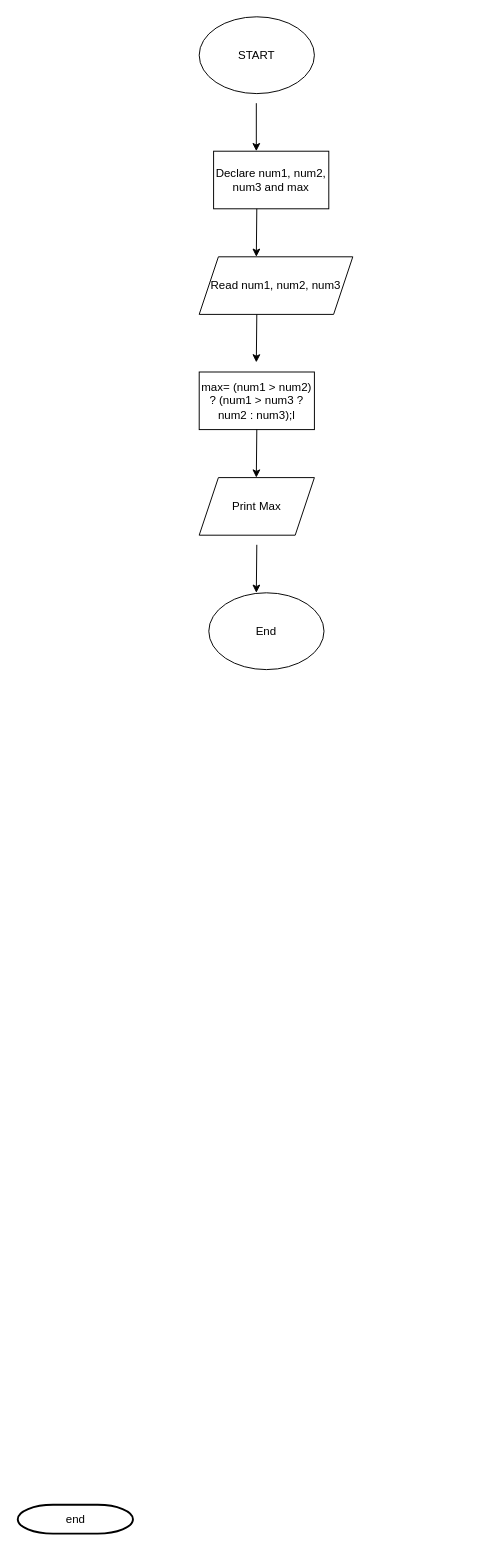
elchilee/Solving-Africa-s-Power-Problem keeps this draw.io diagram as Untitled Diagram.drawio. Above is the earlier version. Source tidied: cells renumbered, new cells numbered last; positions are measured from the earlier drawing's top-left corner, leaving out a move shared by most shapes. Both pictures are drawn from the tidied source at 96%, with x=0, y=0 at pixel (17, 16).
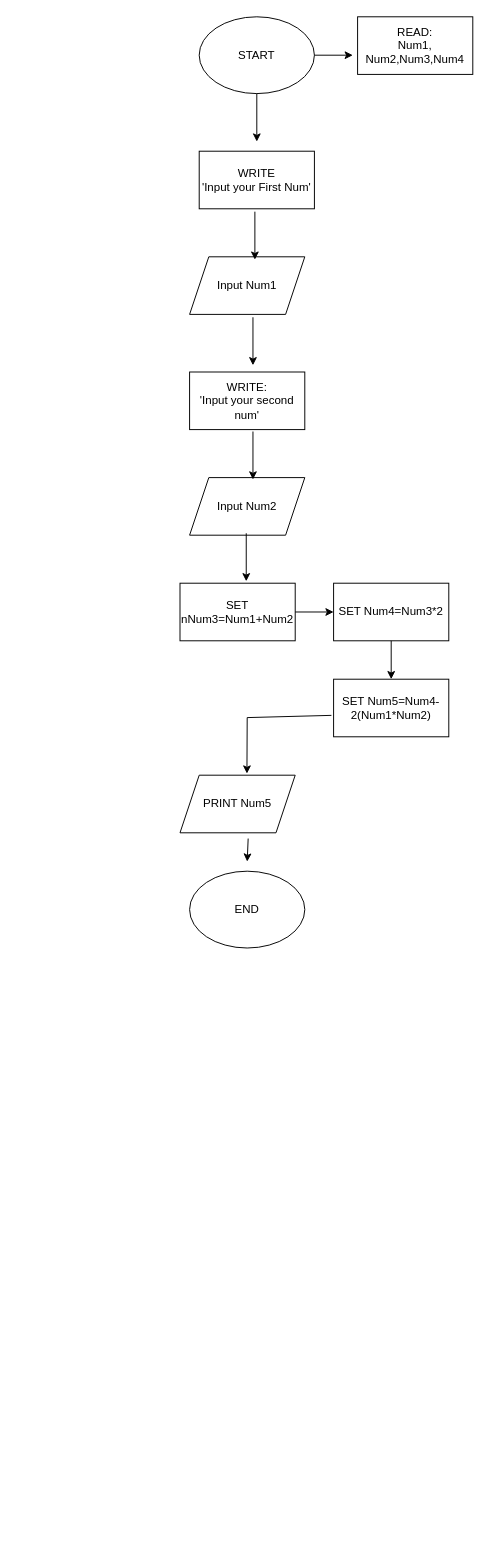
The same page after the edit.

Commit message:
To develop an algorithm  calculate the sum of squares of given input of numbers

Unchanged cells that the change refers to:
```xml
<mxCell id="3" value="START" style="ellipse;whiteSpace=wrap;html=1;" parent="1" vertex="1">
  <mxGeometry x="189" width="120" height="80" as="geometry" />
</mxCell>
```

What changed in the source:
```diff
@@
-    <mxCell id="2" value="end" style="shape=mxgraph.flowchart.terminator;strokeWidth=2;gradientColor=none;gradientDirection=north;fontStyle=0;html=1;" parent="1" vertex="1">
-      <mxGeometry y="1550" width="120" height="30" as="geometry" />
-    </mxCell>
@@
-    <mxCell id="4" value="max= (num1 &amp;gt; num2) ? (num1 &amp;gt; num3 ? num2 : num3);l" style="rounded=0;whiteSpace=wrap;html=1;" parent="1" vertex="1">
-      <mxGeometry x="189" y="370" width="120" height="60" as="geometry" />
-    </mxCell>
-    <mxCell id="5" value="Read num1, num2, num3" style="shape=parallelogram;perimeter=parallelogramPerimeter;whiteSpace=wrap;html=1;fixedSize=1;" parent="1" vertex="1">
-      <mxGeometry x="189" y="250" width="160" height="60" as="geometry" />
-    </mxCell>
-    <mxCell id="6" value="Declare num1, num2, num3 and max" style="rounded=0;whiteSpace=wrap;html=1;" parent="1" vertex="1">
-      <mxGeometry x="204" y="140" width="120" height="60" as="geometry" />
-    </mxCell>
-    <mxCell id="7" value="Print Max" style="shape=parallelogram;perimeter=parallelogramPerimeter;whiteSpace=wrap;html=1;fixedSize=1;" parent="1" vertex="1">
-      <mxGeometry x="189" y="480" width="120" height="60" as="geometry" />
-    </mxCell>
-    <mxCell id="8" value="End" style="ellipse;whiteSpace=wrap;html=1;" parent="1" vertex="1">
-      <mxGeometry x="199" y="600" width="120" height="80" as="geometry" />
-    </mxCell>
-    <mxCell id="9" style="endArrow=classic;html=1;rounded=0;" parent="1" edge="1">
-      <mxGeometry relative="1" as="geometry">
-        <mxPoint x="248.5" y="90" as="sourcePoint" />
-        <mxPoint x="248.5" y="140" as="targetPoint" />
-      </mxGeometry>
-    </mxCell>
-    <mxCell id="10" style="endArrow=classic;html=1;rounded=0;" parent="1" edge="1">
-      <mxGeometry relative="1" as="geometry">
-        <mxPoint x="249" y="200" as="sourcePoint" />
-        <mxPoint x="248.5" y="250" as="targetPoint" />
-      </mxGeometry>
-    </mxCell>
-    <mxCell id="11" style="endArrow=classic;html=1;rounded=0;" parent="1" edge="1">
-      <mxGeometry relative="1" as="geometry">
-        <mxPoint x="249" y="310" as="sourcePoint" />
-        <mxPoint x="248.5" y="360" as="targetPoint" />
-      </mxGeometry>
-    </mxCell>
-    <mxCell id="12" style="endArrow=classic;html=1;rounded=0;" parent="1" edge="1">
-      <mxGeometry relative="1" as="geometry">
-        <mxPoint x="249" y="430" as="sourcePoint" />
-        <mxPoint x="248.5" y="480" as="targetPoint" />
-      </mxGeometry>
-    </mxCell>
-    <mxCell id="13" style="endArrow=classic;html=1;rounded=0;" parent="1" edge="1">
-      <mxGeometry relative="1" as="geometry">
-        <mxPoint x="249" y="550" as="sourcePoint" />
-        <mxPoint x="248.5" y="600" as="targetPoint" />
-      </mxGeometry>
-    </mxCell>
+    <mxCell id="14" value="SET Num5=Num4-2(Num1*Num2)" style="rounded=0;whiteSpace=wrap;html=1;" parent="1" vertex="1">
+      <mxGeometry x="329" y="690" width="120" height="60" as="geometry" />
+    </mxCell>
+    <mxCell id="15" value="Input Num2" style="shape=parallelogram;perimeter=parallelogramPerimeter;whiteSpace=wrap;html=1;fixedSize=1;" parent="1" vertex="1">
+      <mxGeometry x="179" y="480" width="120" height="60" as="geometry" />
+    </mxCell>
+    <mxCell id="16" value="Input Num1" style="shape=parallelogram;perimeter=parallelogramPerimeter;whiteSpace=wrap;html=1;fixedSize=1;" parent="1" vertex="1">
+      <mxGeometry x="179" y="250" width="120" height="60" as="geometry" />
+    </mxCell>
+    <mxCell id="17" value="WRITE:&lt;br&gt;'Input your second num'" style="rounded=0;whiteSpace=wrap;html=1;" parent="1" vertex="1">
+      <mxGeometry x="179" y="370" width="120" height="60" as="geometry" />
+    </mxCell>
+    <mxCell id="18" value="SET nNum3=Num1+Num2" style="rounded=0;whiteSpace=wrap;html=1;" parent="1" vertex="1">
+      <mxGeometry x="169" y="590" width="120" height="60" as="geometry" />
+    </mxCell>
+    <mxCell id="19" value="SET Num4=Num3*2" style="rounded=0;whiteSpace=wrap;html=1;" parent="1" vertex="1">
+      <mxGeometry x="329" y="590" width="120" height="60" as="geometry" />
+    </mxCell>
+    <mxCell id="20" value="WRITE&lt;br&gt;'Input your First Num'" style="rounded=0;whiteSpace=wrap;html=1;" parent="1" vertex="1">
+      <mxGeometry x="189" y="140" width="120" height="60" as="geometry" />
+    </mxCell>
+    <mxCell id="21" value="PRINT Num5" style="shape=parallelogram;perimeter=parallelogramPerimeter;whiteSpace=wrap;html=1;fixedSize=1;" parent="1" vertex="1">
+      <mxGeometry x="169" y="790" width="120" height="60" as="geometry" />
+    </mxCell>
+    <mxCell id="22" value="READ:&lt;br&gt;Num1, Num2,Num3,Num4" style="rounded=0;whiteSpace=wrap;html=1;" parent="1" vertex="1">
+      <mxGeometry x="354" width="120" height="60" as="geometry" />
+    </mxCell>
+    <mxCell id="23" style="endArrow=classic;html=1;rounded=0;fontFamily=Helvetica;fontSize=12;fontColor=default;exitX=1;exitY=0.5;exitDx=0;exitDy=0;" parent="1" edge="1" source="3">
+      <mxGeometry relative="1" as="geometry">
+        <mxPoint x="349" y="40" as="targetPoint" />
+      </mxGeometry>
+    </mxCell>
+    <mxCell id="24" style="endArrow=classic;html=1;rounded=0;fontFamily=Helvetica;fontSize=12;fontColor=default;" parent="1" edge="1" source="3">
+      <mxGeometry relative="1" as="geometry">
+        <mxPoint x="249" y="130" as="targetPoint" />
+      </mxGeometry>
+    </mxCell>
+    <mxCell id="25" style="endArrow=classic;html=1;rounded=0;fontFamily=Helvetica;fontSize=12;fontColor=default;" parent="1" edge="1">
+      <mxGeometry relative="1" as="geometry">
+        <mxPoint x="247" y="203" as="sourcePoint" />
+        <mxPoint x="247" y="253" as="targetPoint" />
+      </mxGeometry>
+    </mxCell>
+    <mxCell id="26" style="endArrow=classic;html=1;rounded=0;fontFamily=Helvetica;fontSize=12;fontColor=default;" parent="1" edge="1">
+      <mxGeometry relative="1" as="geometry">
+        <mxPoint x="245" y="313" as="sourcePoint" />
+        <mxPoint x="245" y="363" as="targetPoint" />
+      </mxGeometry>
+    </mxCell>
+    <mxCell id="27" style="endArrow=classic;html=1;rounded=0;fontFamily=Helvetica;fontSize=12;fontColor=default;" parent="1" edge="1">
+      <mxGeometry relative="1" as="geometry">
+        <mxPoint x="245" y="432" as="sourcePoint" />
+        <mxPoint x="245" y="482" as="targetPoint" />
+      </mxGeometry>
+    </mxCell>
+    <mxCell id="28" style="endArrow=classic;html=1;rounded=0;fontFamily=Helvetica;fontSize=12;fontColor=default;" parent="1" edge="1">
+      <mxGeometry relative="1" as="geometry">
+        <mxPoint x="238" y="538" as="sourcePoint" />
+        <mxPoint x="238" y="588" as="targetPoint" />
+      </mxGeometry>
+    </mxCell>
+    <mxCell id="29" style="endArrow=classic;html=1;rounded=0;fontFamily=Helvetica;fontSize=12;fontColor=default;exitX=1;exitY=0.5;exitDx=0;exitDy=0;entryX=0;entryY=0.5;entryDx=0;entryDy=0;" parent="1" edge="1" source="18" target="19">
+      <mxGeometry relative="1" as="geometry" />
+    </mxCell>
+    <mxCell id="30" style="endArrow=classic;html=1;rounded=0;fontFamily=Helvetica;fontSize=12;fontColor=default;exitX=0.5;exitY=1;exitDx=0;exitDy=0;entryX=0.5;entryY=0;entryDx=0;entryDy=0;" parent="1" edge="1" source="19" target="14">
+      <mxGeometry relative="1" as="geometry" />
+    </mxCell>
+    <mxCell id="31" style="endArrow=classic;html=1;rounded=0;fontFamily=Helvetica;fontSize=12;fontColor=default;exitX=-0.019;exitY=0.628;exitDx=0;exitDy=0;entryX=0.581;entryY=-0.028;entryDx=0;entryDy=0;entryPerimeter=0;exitPerimeter=0;" parent="1" edge="1" source="14" target="21">
+      <mxGeometry relative="1" as="geometry">
+        <Array as="points">
+          <mxPoint x="239" y="730" />
+        </Array>
+      </mxGeometry>
+    </mxCell>
+    <mxCell id="32" style="endArrow=classic;html=1;rounded=0;fontFamily=Helvetica;fontSize=12;fontColor=default;" parent="1" edge="1">
+      <mxGeometry relative="1" as="geometry">
+        <mxPoint x="240" y="856" as="sourcePoint" />
+        <mxPoint x="239" y="880" as="targetPoint" />
+      </mxGeometry>
+    </mxCell>
+    <mxCell id="33" value="END" style="ellipse;whiteSpace=wrap;html=1;rounded=0;fontFamily=Helvetica;fontSize=12;fontColor=default;strokeColor=default;fillColor=default;" parent="1" vertex="1">
+      <mxGeometry x="179" y="890" width="120" height="80" as="geometry" />
+    </mxCell>
```
